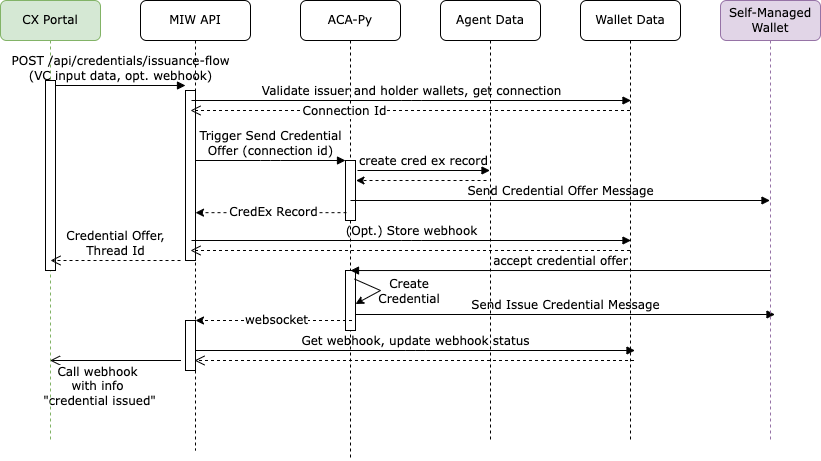
The draw.io diagram docs/diagrams/MIW-Sequence-Issue-Credential-Flow.drawio.png in eclipse-tractusx/managed-identity-wallet, before a commit. Source tidied: cells renumbered, new cells last; positions are measured from the earlier drawing's top-left corner, leaving out a move shared by most shapes. Source of this version:
```xml
<mxGraphModel>
  <root>
    <mxCell id="0" />
    <mxCell id="1" parent="0" />
    <mxCell id="2" value="ACA-Py" style="shape=umlLifeline;perimeter=lifelinePerimeter;whiteSpace=wrap;html=1;rounded=1;shadow=0;comic=0;labelBackgroundColor=none;strokeWidth=1;fontFamily=Verdana;fontSize=12;align=center;" parent="1" vertex="1">
      <mxGeometry x="300" width="100" height="460" as="geometry" />
    </mxCell>
    <mxCell id="3" style="html=1;points=[];perimeter=orthogonalPerimeter;rounded=0;shadow=0;comic=0;labelBackgroundColor=none;strokeWidth=1;fontFamily=Verdana;fontSize=12;align=center;" parent="2" vertex="1">
      <mxGeometry x="45" y="270" width="10" height="60" as="geometry" />
    </mxCell>
    <mxCell id="4" value="MIW API" style="shape=umlLifeline;perimeter=lifelinePerimeter;whiteSpace=wrap;html=1;rounded=1;shadow=0;comic=0;labelBackgroundColor=none;strokeWidth=1;fontFamily=Verdana;fontSize=12;align=center;" parent="1" vertex="1">
      <mxGeometry x="140" width="110" height="450" as="geometry" />
    </mxCell>
    <mxCell id="5" style="html=1;perimeter=orthogonalPerimeter;rounded=0;shadow=0;comic=0;labelBackgroundColor=none;strokeWidth=1;fontFamily=Verdana;fontSize=12;align=center;" parent="4" vertex="1">
      <mxGeometry x="45" y="90" width="10" height="170" as="geometry" />
    </mxCell>
    <mxCell id="6" value="&lt;font style=&quot;font-size: 12px&quot; face=&quot;Verdana&quot;&gt;websocket&lt;/font&gt;" style="endArrow=classic;html=1;rounded=0;exitX=0.1;exitY=0.913;exitDx=0;exitDy=0;exitPerimeter=0;dashed=1;" parent="4" edge="1">
      <mxGeometry x="-0.03" relative="1" as="geometry">
        <mxPoint x="211.5" y="320" as="sourcePoint" />
        <mxPoint x="55" y="320" as="targetPoint" />
      </mxGeometry>
    </mxCell>
    <mxCell id="7" style="html=1;verticalAlign=bottom;endArrow=open;endSize=8;labelBackgroundColor=none;fontFamily=Verdana;fontSize=12;" parent="4" edge="1">
      <mxGeometry relative="1" as="geometry">
        <mxPoint x="40.5" y="360" as="sourcePoint" />
        <mxPoint x="-90.5" y="360" as="targetPoint" />
      </mxGeometry>
    </mxCell>
    <mxCell id="8" value="&lt;font face=&quot;Verdana&quot; style=&quot;font-size: 12px&quot;&gt;Call webhook&lt;br&gt;with info&lt;br&gt;&amp;nbsp;&quot;credential issued&quot;&lt;br&gt;&lt;/font&gt;" style="edgeLabel;html=1;align=center;verticalAlign=middle;" parent="7" vertex="1">
      <mxGeometry x="0.28" y="-4" relative="1" as="geometry">
        <mxPoint y="29" as="offset" />
      </mxGeometry>
    </mxCell>
    <mxCell id="9" style="html=1;perimeter=orthogonalPerimeter;rounded=0;shadow=0;comic=0;labelBackgroundColor=none;strokeWidth=1;fontFamily=Verdana;fontSize=12;align=center;" parent="4" vertex="1">
      <mxGeometry x="45" y="320" width="10" height="50" as="geometry" />
    </mxCell>
    <mxCell id="10" value="Agent Data" style="shape=umlLifeline;perimeter=lifelinePerimeter;whiteSpace=wrap;html=1;rounded=1;shadow=0;comic=0;labelBackgroundColor=none;strokeWidth=1;fontFamily=Verdana;fontSize=12;align=center;" parent="1" vertex="1">
      <mxGeometry x="440" width="100" height="440" as="geometry" />
    </mxCell>
    <mxCell id="11" value="Send Issue Credential Message" style="html=1;verticalAlign=bottom;endArrow=block;labelBackgroundColor=none;fontFamily=Verdana;fontSize=12;exitX=1.2;exitY=0.225;exitDx=0;exitDy=0;exitPerimeter=0;" parent="10" edge="1">
      <mxGeometry relative="1" as="geometry">
        <mxPoint x="-85" y="314" as="sourcePoint" />
        <mxPoint x="334.5" y="314" as="targetPoint" />
      </mxGeometry>
    </mxCell>
    <mxCell id="12" value="Wallet Data" style="shape=umlLifeline;perimeter=lifelinePerimeter;whiteSpace=wrap;html=1;rounded=1;shadow=0;comic=0;labelBackgroundColor=none;strokeWidth=1;fontFamily=Verdana;fontSize=12;align=center;" parent="1" vertex="1">
      <mxGeometry x="580" width="100" height="440" as="geometry" />
    </mxCell>
    <mxCell id="13" value="CX Portal" style="shape=umlLifeline;perimeter=lifelinePerimeter;whiteSpace=wrap;html=1;rounded=1;shadow=0;comic=0;labelBackgroundColor=none;strokeWidth=1;fontFamily=Verdana;fontSize=12;align=center;fillColor=#d5e8d4;strokeColor=#82b366;" parent="1" vertex="1">
      <mxGeometry width="100" height="440" as="geometry" />
    </mxCell>
    <mxCell id="14" style="html=1;perimeter=orthogonalPerimeter;rounded=0;shadow=0;comic=0;labelBackgroundColor=none;strokeWidth=1;fontFamily=Verdana;fontSize=12;align=center;" parent="13" vertex="1">
      <mxGeometry x="45" y="80" width="10" height="190" as="geometry" />
    </mxCell>
    <mxCell id="15" value="POST /api/credentials/issuance-flow&lt;br&gt;(VC input data, opt. webhook)" style="html=1;verticalAlign=bottom;endArrow=block;entryX=0;entryY=0;labelBackgroundColor=none;fontFamily=Verdana;fontSize=12;edgeStyle=elbowEdgeStyle;elbow=vertical;" parent="1" edge="1">
      <mxGeometry relative="1" as="geometry">
        <mxPoint x="55" y="85" as="sourcePoint" />
        <mxPoint x="185" y="85" as="targetPoint" />
      </mxGeometry>
    </mxCell>
    <mxCell id="16" value="Validate issuer and holder wallets, get connection" style="html=1;verticalAlign=bottom;endArrow=block;labelBackgroundColor=none;fontFamily=Verdana;fontSize=12;edgeStyle=elbowEdgeStyle;elbow=vertical;" parent="1" edge="1">
      <mxGeometry relative="1" as="geometry">
        <mxPoint x="191" y="100" as="sourcePoint" />
        <mxPoint x="630.5" y="100" as="targetPoint" />
      </mxGeometry>
    </mxCell>
    <mxCell id="17" style="html=1;verticalAlign=bottom;endArrow=open;dashed=1;endSize=8;labelBackgroundColor=none;fontFamily=Verdana;fontSize=12;entryX=0.9;entryY=0.7;entryDx=0;entryDy=0;entryPerimeter=0;" parent="1" edge="1">
      <mxGeometry relative="1" as="geometry">
        <mxPoint x="629.5" y="110" as="sourcePoint" />
        <mxPoint x="190" y="110" as="targetPoint" />
      </mxGeometry>
    </mxCell>
    <mxCell id="18" value="&lt;font style=&quot;font-size: 12px;&quot; face=&quot;Verdana&quot;&gt;Connection Id&lt;/font&gt;" style="edgeLabel;html=1;align=center;verticalAlign=middle;" parent="17" vertex="1">
      <mxGeometry x="0.3" relative="1" as="geometry">
        <mxPoint x="1" as="offset" />
      </mxGeometry>
    </mxCell>
    <mxCell id="19" value="Credential Offer,&lt;br&gt;Thread Id" style="html=1;verticalAlign=bottom;endArrow=open;dashed=1;endSize=8;labelBackgroundColor=none;fontFamily=Verdana;fontSize=12;entryX=0.9;entryY=0.7;entryDx=0;entryDy=0;entryPerimeter=0;" parent="1" edge="1">
      <mxGeometry relative="1" as="geometry">
        <mxPoint x="180" y="260" as="sourcePoint" />
        <mxPoint x="50" y="260" as="targetPoint" />
      </mxGeometry>
    </mxCell>
    <mxCell id="20" value="Self-Managed Wallet" style="shape=umlLifeline;perimeter=lifelinePerimeter;whiteSpace=wrap;html=1;rounded=1;shadow=0;comic=0;labelBackgroundColor=none;strokeWidth=1;fontFamily=Verdana;fontSize=12;align=center;fillColor=#e1d5e7;strokeColor=#9673a6;" parent="1" vertex="1">
      <mxGeometry x="720" width="100" height="440" as="geometry" />
    </mxCell>
    <mxCell id="21" value="accept credential offer" style="html=1;verticalAlign=bottom;endArrow=block;labelBackgroundColor=none;fontFamily=Verdana;fontSize=12;entryX=0.5;entryY=0.591;entryDx=0;entryDy=0;entryPerimeter=0;" parent="1" edge="1">
      <mxGeometry relative="1" as="geometry">
        <mxPoint x="770" y="270" as="sourcePoint" />
        <mxPoint x="350" y="270" as="targetPoint" />
      </mxGeometry>
    </mxCell>
    <mxCell id="22" value="Get webhook, update webhook status" style="html=1;verticalAlign=bottom;endArrow=block;labelBackgroundColor=none;fontFamily=Verdana;fontSize=12;edgeStyle=elbowEdgeStyle;elbow=vertical;" parent="1" edge="1">
      <mxGeometry relative="1" as="geometry">
        <mxPoint x="195" y="350" as="sourcePoint" />
        <mxPoint x="634.5" y="350" as="targetPoint" />
      </mxGeometry>
    </mxCell>
    <mxCell id="23" style="html=1;verticalAlign=bottom;endArrow=open;dashed=1;endSize=8;labelBackgroundColor=none;fontFamily=Verdana;fontSize=12;entryX=0.9;entryY=0.7;entryDx=0;entryDy=0;entryPerimeter=0;" parent="1" edge="1">
      <mxGeometry relative="1" as="geometry">
        <mxPoint x="633.5" y="360" as="sourcePoint" />
        <mxPoint x="194" y="360" as="targetPoint" />
      </mxGeometry>
    </mxCell>
    <mxCell id="24" style="html=1;points=[];perimeter=orthogonalPerimeter;rounded=0;shadow=0;comic=0;labelBackgroundColor=none;strokeWidth=1;fontFamily=Verdana;fontSize=12;align=center;" parent="1" vertex="1">
      <mxGeometry x="345" y="160" width="10" height="60" as="geometry" />
    </mxCell>
    <mxCell id="25" value="create cred ex record" style="html=1;verticalAlign=bottom;endArrow=block;labelBackgroundColor=none;fontFamily=Verdana;fontSize=12;exitX=1.2;exitY=0.225;exitDx=0;exitDy=0;exitPerimeter=0;" parent="1" edge="1">
      <mxGeometry relative="1" as="geometry">
        <mxPoint x="357" y="170" as="sourcePoint" />
        <mxPoint x="489.5" y="170" as="targetPoint" />
      </mxGeometry>
    </mxCell>
    <mxCell id="26" value="Trigger Send Credential&lt;br&gt;Offer (connection id)" style="html=1;verticalAlign=bottom;endArrow=block;entryX=0;entryY=0;labelBackgroundColor=none;fontFamily=Verdana;fontSize=12;edgeStyle=elbowEdgeStyle;elbow=vertical;" parent="1" edge="1" target="24">
      <mxGeometry relative="1" as="geometry">
        <mxPoint x="195" y="160" as="sourcePoint" />
      </mxGeometry>
    </mxCell>
    <mxCell id="27" value="&lt;font style=&quot;font-size: 12px&quot; face=&quot;Verdana&quot;&gt;CredEx Record&lt;/font&gt;" style="endArrow=classic;html=1;rounded=0;exitX=0.1;exitY=0.913;exitDx=0;exitDy=0;exitPerimeter=0;dashed=1;" parent="1" edge="1">
      <mxGeometry x="-0.03" relative="1" as="geometry">
        <mxPoint x="346" y="212.2" as="sourcePoint" />
        <mxPoint x="195" y="212.2" as="targetPoint" />
      </mxGeometry>
    </mxCell>
    <mxCell id="28" value="Send Credential Offer Message" style="html=1;verticalAlign=bottom;endArrow=block;labelBackgroundColor=none;fontFamily=Verdana;fontSize=12;exitX=1.2;exitY=0.225;exitDx=0;exitDy=0;exitPerimeter=0;" parent="1" edge="1">
      <mxGeometry relative="1" as="geometry">
        <mxPoint x="350" y="200" as="sourcePoint" />
        <mxPoint x="769.5" y="200" as="targetPoint" />
      </mxGeometry>
    </mxCell>
    <mxCell id="29" style="endArrow=classic;html=1;rounded=0;dashed=1;" parent="1" edge="1">
      <mxGeometry x="-0.03" relative="1" as="geometry">
        <mxPoint x="486" y="180" as="sourcePoint" />
        <mxPoint x="355.5" y="180" as="targetPoint" />
      </mxGeometry>
    </mxCell>
    <mxCell id="30" value="(Opt.) Store webhook" style="html=1;verticalAlign=bottom;endArrow=block;labelBackgroundColor=none;fontFamily=Verdana;fontSize=12;edgeStyle=elbowEdgeStyle;elbow=vertical;" parent="1" edge="1">
      <mxGeometry relative="1" as="geometry">
        <mxPoint x="191" y="240" as="sourcePoint" />
        <mxPoint x="630.5" y="240" as="targetPoint" />
      </mxGeometry>
    </mxCell>
    <mxCell id="31" style="html=1;verticalAlign=bottom;endArrow=open;dashed=1;endSize=8;labelBackgroundColor=none;fontFamily=Verdana;fontSize=12;entryX=0.9;entryY=0.7;entryDx=0;entryDy=0;entryPerimeter=0;" parent="1" edge="1">
      <mxGeometry relative="1" as="geometry">
        <mxPoint x="629.5" y="250" as="sourcePoint" />
        <mxPoint x="190" y="250" as="targetPoint" />
      </mxGeometry>
    </mxCell>
    <mxCell id="32" style="endArrow=none;html=1;rounded=0;fontFamily=Verdana;fontSize=12;exitX=0.9;exitY=0.142;exitDx=0;exitDy=0;exitPerimeter=0;" parent="1" edge="1" source="3">
      <mxGeometry relative="1" as="geometry">
        <mxPoint x="380" y="290" as="targetPoint" />
      </mxGeometry>
    </mxCell>
    <mxCell id="33" style="endArrow=none;html=1;rounded=0;fontFamily=Verdana;fontSize=12;exitX=1;exitY=0.558;exitDx=0;exitDy=0;exitPerimeter=0;endFill=0;startArrow=classic;startFill=1;" parent="1" edge="1" source="3">
      <mxGeometry relative="1" as="geometry">
        <mxPoint x="380" y="290" as="targetPoint" />
      </mxGeometry>
    </mxCell>
    <mxCell id="34" value="Create&lt;br&gt;Credential" style="text;html=1;strokeColor=none;fillColor=none;align=center;verticalAlign=middle;whiteSpace=wrap;rounded=0;fontFamily=Verdana;fontSize=12;" parent="1" vertex="1">
      <mxGeometry x="379" y="276" width="60" height="30" as="geometry" />
    </mxCell>
  </root>
</mxGraphModel>
```
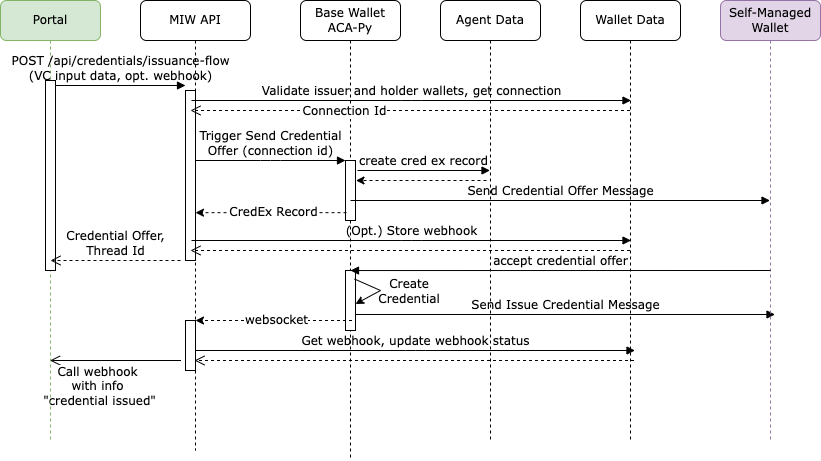
After the change.

Change to the diagram source:
```diff
@@ -2,7 +2,7 @@
   <root>
     <mxCell id="0" />
     <mxCell id="1" parent="0" />
-    <mxCell id="2" value="ACA-Py" style="shape=umlLifeline;perimeter=lifelinePerimeter;whiteSpace=wrap;html=1;rounded=1;shadow=0;comic=0;labelBackgroundColor=none;strokeWidth=1;fontFamily=Verdana;fontSize=12;align=center;" parent="1" vertex="1">
+    <mxCell id="2" value="Base Wallet ACA-Py" style="shape=umlLifeline;perimeter=lifelinePerimeter;whiteSpace=wrap;html=1;rounded=1;shadow=0;comic=0;labelBackgroundColor=none;strokeWidth=1;fontFamily=Verdana;fontSize=12;align=center;" parent="1" vertex="1">
       <mxGeometry x="300" width="100" height="460" as="geometry" />
     </mxCell>
     <mxCell id="3" style="html=1;points=[];perimeter=orthogonalPerimeter;rounded=0;shadow=0;comic=0;labelBackgroundColor=none;strokeWidth=1;fontFamily=Verdana;fontSize=12;align=center;" parent="2" vertex="1">
@@ -46,7 +46,7 @@
     <mxCell id="12" value="Wallet Data" style="shape=umlLifeline;perimeter=lifelinePerimeter;whiteSpace=wrap;html=1;rounded=1;shadow=0;comic=0;labelBackgroundColor=none;strokeWidth=1;fontFamily=Verdana;fontSize=12;align=center;" parent="1" vertex="1">
       <mxGeometry x="580" width="100" height="440" as="geometry" />
     </mxCell>
-    <mxCell id="13" value="CX Portal" style="shape=umlLifeline;perimeter=lifelinePerimeter;whiteSpace=wrap;html=1;rounded=1;shadow=0;comic=0;labelBackgroundColor=none;strokeWidth=1;fontFamily=Verdana;fontSize=12;align=center;fillColor=#d5e8d4;strokeColor=#82b366;" parent="1" vertex="1">
+    <mxCell id="13" value="Portal" style="shape=umlLifeline;perimeter=lifelinePerimeter;whiteSpace=wrap;html=1;rounded=1;shadow=0;comic=0;labelBackgroundColor=none;strokeWidth=1;fontFamily=Verdana;fontSize=12;align=center;fillColor=#d5e8d4;strokeColor=#82b366;" parent="1" vertex="1">
       <mxGeometry width="100" height="440" as="geometry" />
     </mxCell>
     <mxCell id="14" style="html=1;perimeter=orthogonalPerimeter;rounded=0;shadow=0;comic=0;labelBackgroundColor=none;strokeWidth=1;fontFamily=Verdana;fontSize=12;align=center;" parent="13" vertex="1">
```
